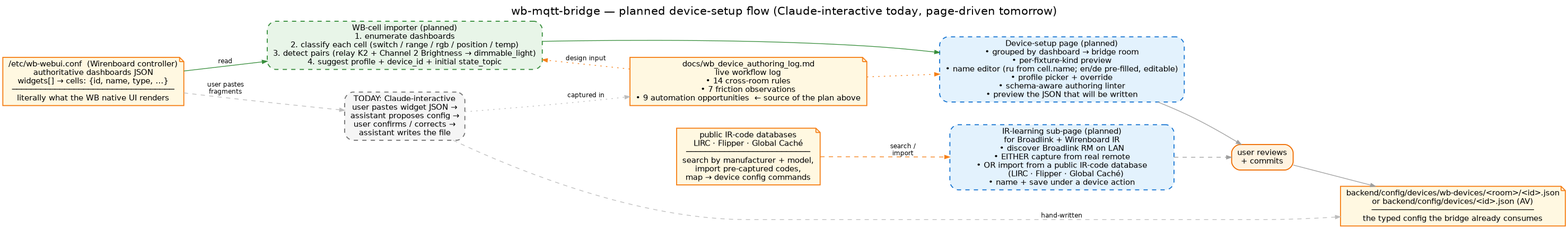
Earlier version of the Graphviz export docs/images/device-setup-flow.png (droman42/wb-mqtt-bridge). Its source is kept beside it as docs/images/device-setup-flow.dot. The source it was exported from:
```dot
digraph device_setup {
  rankdir=LR;
  bgcolor="white";
  splines=spline;
  nodesep=0.45; ranksep=0.9;
  fontname="Helvetica"; labelloc=t; fontsize=16;
  label="wb-mqtt-bridge — planned device-setup flow (Claude-interactive today, page-driven tomorrow)";

  node [fontname="Helvetica", fontsize=11, shape=box, style="filled,rounded", penwidth=1.4];
  edge [fontname="Helvetica", fontsize=9, color="#9e9e9e", arrowsize=0.7];

  wbconf [shape=note, fillcolor="#fff8e1", color="#f57f17",
          label="/etc/wb-webui.conf  (Wirenboard controller)\nauthoritative dashboards JSON\nwidgets[] → cells: {id, name, type, …}\n──────────────────────────────────\nliterally what the WB native UI renders"];

  importer [label="WB-cell importer (planned)\n1. enumerate dashboards\n2. classify each cell (switch / range / rgb / position / temp)\n3. detect pairs (relay K2 + Channel 2 Brightness → dimmable_light)\n4. suggest profile + device_id + initial state_topic",
            fillcolor="#e8f5e8", color="#388e3c", width=4.6, style="filled,rounded,dashed"];

  page [label="Device-setup page (planned)\n• grouped by dashboard → bridge room\n• per-fixture-kind preview\n• name editor (ru from cell.name; en/de pre-filled, editable)\n• profile picker + override\n• schema-aware authoring linter\n• preview the JSON that will be written",
        fillcolor="#e3f2fd", color="#1976d2", width=4.6, style="filled,rounded,dashed"];

  ir_page [label="IR-learning sub-page (planned)\nfor Broadlink + Wirenboard IR\n• discover Broadlink RM on LAN\n• EITHER capture from real remote\n• OR import from a public IR-code database\n   (LIRC · Flipper · Global Caché)\n• name + save under a device action",
           fillcolor="#e3f2fd", color="#1976d2", width=4.4, style="filled,rounded,dashed"];

  ir_db [shape=note, fillcolor="#fff8e1", color="#f57f17",
         label="public IR-code databases\nLIRC · Flipper · Global Caché\n──────────────────────────\nsearch by manufacturer + model,\nimport pre-captured codes,\nmap → device config commands"];

  user [label="user reviews\n+ commits",
        fillcolor="#fff3e0", color="#ef6c00"];

  cfg [shape=note, fillcolor="#fff8e1", color="#f57f17",
       label="backend/config/devices/wb-devices/<room>/<id>.json\nor backend/config/devices/<id>.json (AV)\n──────────────────────────────────\nthe typed config the bridge already consumes"];

  claude [label="TODAY: Claude-interactive\nuser pastes widget JSON →\nassistant proposes config →\nuser confirms / corrects →\nassistant writes the file",
          fillcolor="#f5f5f5", color="#757575", style="filled,rounded,dashed"];

  log [shape=note, fillcolor="#fff8e1", color="#f57f17",
       label="docs/wb_device_authoring_log.md\nlive workflow log\n• 14 cross-room rules\n• 7 friction observations\n• 9 automation opportunities  ← source of the plan above"];

  wbconf -> importer [label="read", color="#388e3c"];
  importer -> page [color="#388e3c"];
  page -> user;
  ir_db -> ir_page [label="search /\nimport", color="#f57f17", style=dashed];
  ir_page -> user [style=dashed];
  user -> cfg;

  wbconf -> claude [label="user pastes\nfragments", style=dashed, color="#bdbdbd"];
  claude -> cfg [style=dashed, color="#bdbdbd", label="hand-written"];
  claude -> log [style=dotted, color="#bdbdbd", label="captured in"];
  log -> importer [style=dotted, color="#f57f17", label="design input"];
  log -> page    [style=dotted, color="#f57f17"];

  {rank=same; importer; claude}
  {rank=same; page; ir_page}
}
```
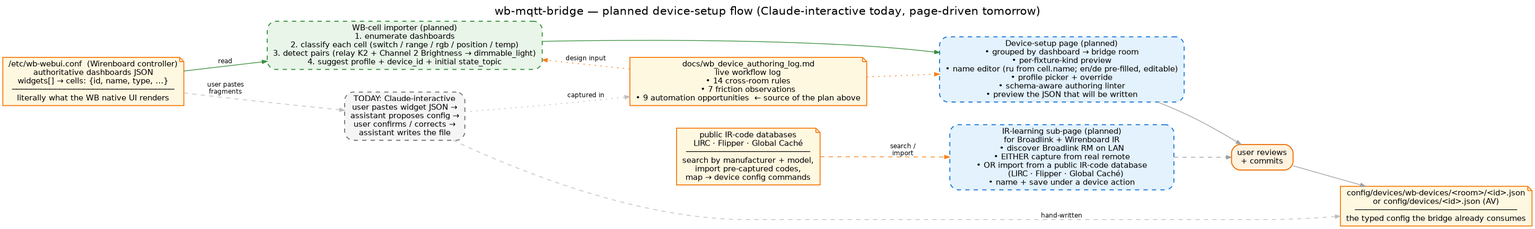
The same diagram one commit later.

Change to the diagram source:
```diff
@@ -28,7 +28,7 @@
         fillcolor="#fff3e0", color="#ef6c00"];
 
   cfg [shape=note, fillcolor="#fff8e1", color="#f57f17",
-       label="backend/config/devices/wb-devices/<room>/<id>.json\nor backend/config/devices/<id>.json (AV)\n──────────────────────────────────\nthe typed config the bridge already consumes"];
+       label="config/devices/wb-devices/<room>/<id>.json\nor config/devices/<id>.json (AV)\n──────────────────────────────────\nthe typed config the bridge already consumes"];
 
   claude [label="TODAY: Claude-interactive\nuser pastes widget JSON →\nassistant proposes config →\nuser confirms / corrects →\nassistant writes the file",
           fillcolor="#f5f5f5", color="#757575", style="filled,rounded,dashed"];
```
